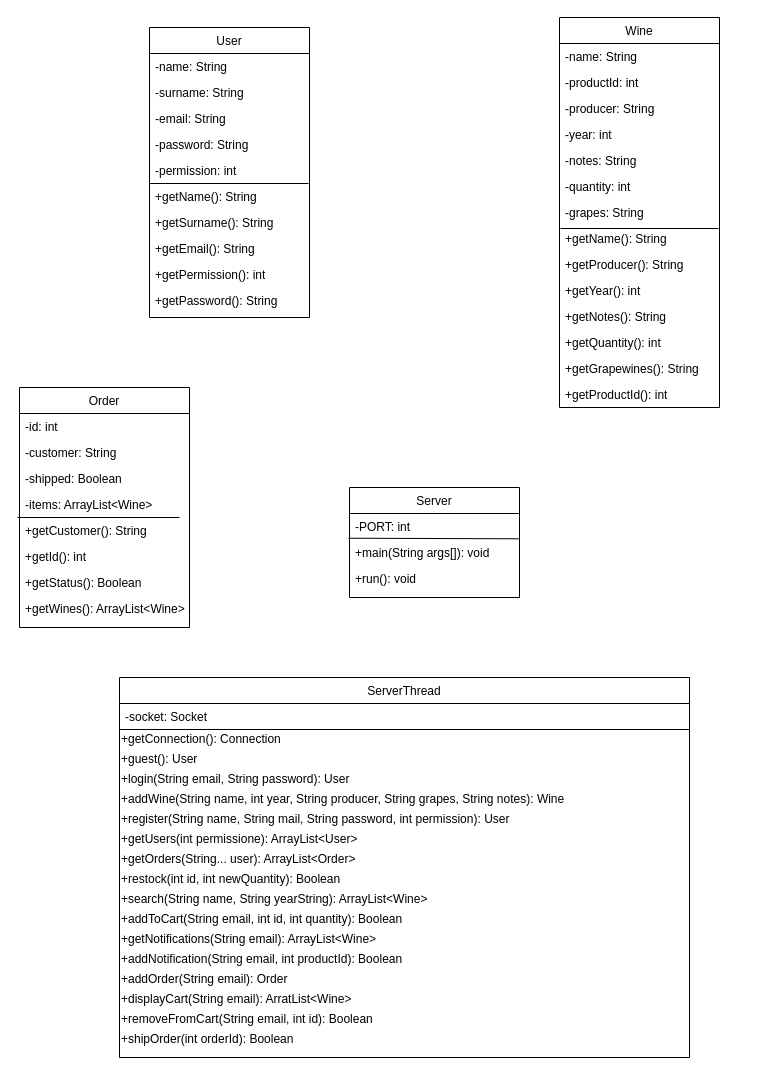
Above: UML/ServerClassesDiagram.drawio in Sclafus/Ecommerce-Server (draw.io), before the change. Source tidied: cells renumbered, new cells numbered last; positions are measured from the earlier drawing's top-left corner, leaving out a move shared by most shapes. Both pictures are drawn from the tidied source at 100%, with x=0, y=0 at pixel (17, 17).
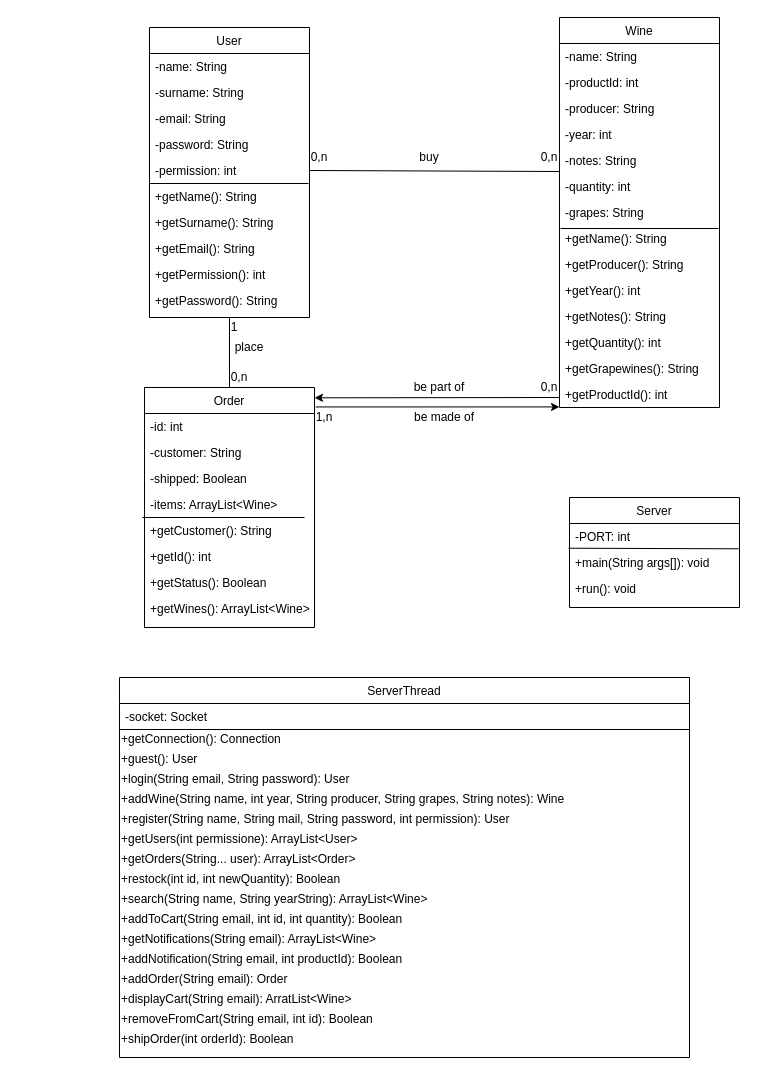
The same page after the edit.

The change refers to these unchanged cells:
```xml
<mxCell id="27" value="+getProductId(): int" style="text;align=left;verticalAlign=top;spacingLeft=4;spacingRight=4;overflow=hidden;points=[[0,0.5],[1,0.5]];portConstraint=eastwest;rounded=0;shadow=0;html=0;" parent="12" vertex="1">
  <mxGeometry y="364" width="160" height="26" as="geometry" />
</mxCell>
<mxCell id="28" value="User" style="swimlane;fontStyle=0;align=center;verticalAlign=top;horizontal=1;startSize=26;rounded=0;shadow=0;strokeWidth=1;" parent="1" vertex="1">
  <mxGeometry x="132" y="10" width="160" height="290" as="geometry" />
</mxCell>
<mxCell id="34" value="-permission: int" style="text;align=left;verticalAlign=top;spacingLeft=4;spacingRight=4;overflow=hidden;points=[[0,0.5],[1,0.5]];portConstraint=eastwest;rounded=0;shadow=0;html=0;" parent="28" vertex="1">
  <mxGeometry y="130" width="160" height="26" as="geometry" />
</mxCell>
```

The edit, as a diff of the source:
```diff
@@
     <mxCell id="2" value="Order" style="swimlane;fontStyle=0;align=center;verticalAlign=top;horizontal=1;startSize=26;rounded=0;shadow=0;strokeWidth=1;" parent="1" vertex="1">
-      <mxGeometry x="2" y="370" width="170" height="240" as="geometry" />
+      <mxGeometry x="127" y="370" width="170" height="240" as="geometry" />
     </mxCell>
@@
     <mxCell id="59" value="Server" style="swimlane;fontStyle=0;align=center;verticalAlign=top;horizontal=1;startSize=26;rounded=0;shadow=0;strokeWidth=1;" parent="1" vertex="1">
-      <mxGeometry x="332" y="470" width="170" height="110" as="geometry" />
+      <mxGeometry x="552" y="480" width="170" height="110" as="geometry" />
     </mxCell>
@@
+    <mxCell id="64" style="endArrow=none;html=1;exitX=1;exitY=0.5;exitDx=0;exitDy=0;" parent="1" edge="1" source="34">
+      <mxGeometry relative="1" as="geometry">
+        <mxPoint x="542" y="154" as="targetPoint" />
+      </mxGeometry>
+    </mxCell>
+    <mxCell id="65" value="0,n" style="text;html=1;strokeColor=none;fillColor=none;align=center;verticalAlign=middle;whiteSpace=wrap;rounded=0;" parent="1" vertex="1">
+      <mxGeometry x="522" y="130" width="20" height="20" as="geometry" />
+    </mxCell>
+    <mxCell id="66" value="0,n" style="text;html=1;strokeColor=none;fillColor=none;align=center;verticalAlign=middle;whiteSpace=wrap;rounded=0;" parent="1" vertex="1">
+      <mxGeometry x="292" y="130" width="20" height="20" as="geometry" />
+    </mxCell>
+    <mxCell id="67" value="buy" style="text;html=1;strokeColor=none;fillColor=none;align=center;verticalAlign=middle;whiteSpace=wrap;rounded=0;" parent="1" vertex="1">
+      <mxGeometry x="392" y="130" width="40" height="20" as="geometry" />
+    </mxCell>
+    <mxCell id="68" style="endArrow=none;html=1;entryX=0.5;entryY=1;entryDx=0;entryDy=0;exitX=0.5;exitY=0;exitDx=0;exitDy=0;" parent="1" edge="1" source="2" target="28">
+      <mxGeometry relative="1" as="geometry" />
+    </mxCell>
+    <mxCell id="69" value="place" style="text;html=1;strokeColor=none;fillColor=none;align=center;verticalAlign=middle;whiteSpace=wrap;rounded=0;" parent="1" vertex="1">
+      <mxGeometry x="212" y="320" width="40" height="20" as="geometry" />
+    </mxCell>
+    <mxCell id="70" value="0,n" style="text;html=1;strokeColor=none;fillColor=none;align=center;verticalAlign=middle;whiteSpace=wrap;rounded=0;" parent="1" vertex="1">
+      <mxGeometry x="212" y="350" width="20" height="20" as="geometry" />
+    </mxCell>
+    <mxCell id="71" value="1" style="text;html=1;strokeColor=none;fillColor=none;align=center;verticalAlign=middle;whiteSpace=wrap;rounded=0;" parent="1" vertex="1">
+      <mxGeometry x="212" y="300" width="10" height="20" as="geometry" />
+    </mxCell>
+    <mxCell id="72" value="0,n" style="text;html=1;strokeColor=none;fillColor=none;align=center;verticalAlign=middle;whiteSpace=wrap;rounded=0;" parent="1" vertex="1">
+      <mxGeometry x="522" y="360" width="20" height="20" as="geometry" />
+    </mxCell>
+    <mxCell id="73" style="endArrow=classic;html=1;exitX=1;exitY=1;exitDx=0;exitDy=0;entryX=1;entryY=0.043;entryDx=0;entryDy=0;entryPerimeter=0;" parent="1" edge="1" source="72" target="2">
+      <mxGeometry relative="1" as="geometry" />
+    </mxCell>
+    <mxCell id="74" value="be part of" style="text;html=1;strokeColor=none;fillColor=none;align=center;verticalAlign=middle;whiteSpace=wrap;rounded=0;" parent="1" vertex="1">
+      <mxGeometry x="392" y="360" width="60" height="20" as="geometry" />
+    </mxCell>
+    <mxCell id="75" style="endArrow=classic;html=1;exitX=1.007;exitY=0.081;exitDx=0;exitDy=0;exitPerimeter=0;entryX=0;entryY=0.978;entryDx=0;entryDy=0;entryPerimeter=0;" parent="1" edge="1" source="2" target="27">
+      <mxGeometry relative="1" as="geometry" />
+    </mxCell>
+    <mxCell id="76" value="1,n" style="text;html=1;strokeColor=none;fillColor=none;align=center;verticalAlign=middle;whiteSpace=wrap;rounded=0;" parent="1" vertex="1">
+      <mxGeometry x="297" y="390" width="20" height="20" as="geometry" />
+    </mxCell>
+    <mxCell id="77" value="be made of" style="text;html=1;strokeColor=none;fillColor=none;align=center;verticalAlign=middle;whiteSpace=wrap;rounded=0;" parent="1" vertex="1">
+      <mxGeometry x="392" y="390" width="70" height="20" as="geometry" />
+    </mxCell>
```
